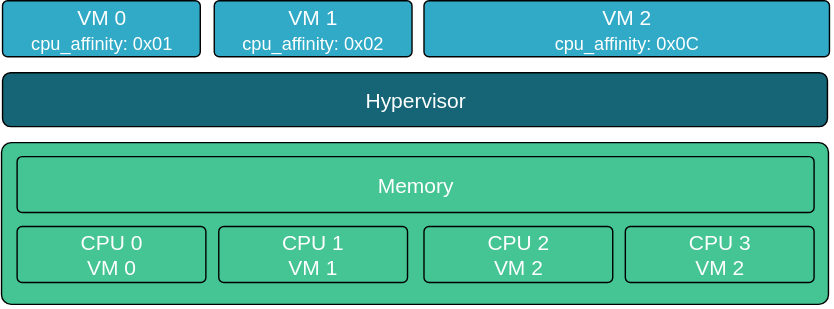
Above: source/bao_hyp/img/cpu-affinity.svg in bao-project/bao-docs (draw.io), before the change. Source tidied: cells renumbered, new cells last; positions are measured from the earlier drawing's top-left corner, leaving out a move shared by most shapes.
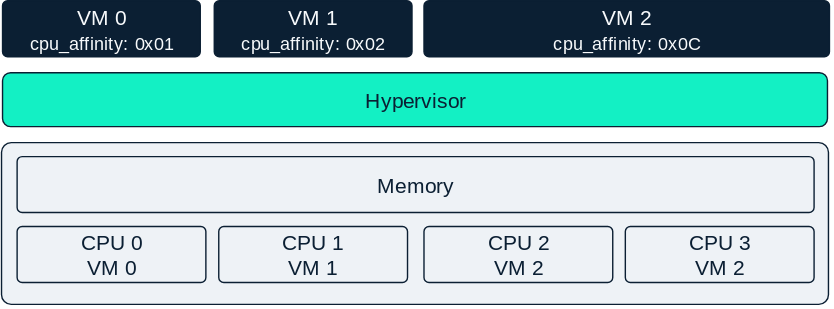
After the change.

Commit message:
style(figures): recolor the hypervisor figures to the new identity

Diff of the diagram source:
```diff
@@ -2,34 +2,34 @@
   <root>
     <mxCell id="0" />
     <mxCell id="1" parent="0" />
-    <mxCell id="2" value="&lt;font color=&quot;#ffffff&quot;&gt;VM 1&lt;br style=&quot;font-size: 15px;&quot;&gt;&lt;font style=&quot;font-size: 13px;&quot;&gt;cpu_affinity: 0x02&lt;/font&gt;&lt;br style=&quot;font-size: 15px;&quot;&gt;&lt;/font&gt;" style="rounded=1;whiteSpace=wrap;html=1;fillColor=#30aac6;arcSize=9;fontSize=15;" parent="1" vertex="1">
+    <mxCell id="2" value="&lt;font color=&quot;#F8FAFC&quot;&gt;VM 1&lt;br style=&quot;font-size: 15px;&quot;&gt;&lt;font style=&quot;font-size: 13px;&quot;&gt;cpu_affinity: 0x02&lt;/font&gt;&lt;br style=&quot;font-size: 15px;&quot;&gt;&lt;/font&gt;" style="rounded=1;whiteSpace=wrap;html=1;fillColor=#0B1F33;arcSize=9;fontSize=15;" parent="1" vertex="1">
       <mxGeometry x="152" y="-0.4" width="141.4" height="40" as="geometry" />
     </mxCell>
-    <mxCell id="3" value="&lt;font color=&quot;#ffffff&quot; style=&quot;font-size: 15px;&quot;&gt;Hypervisor&lt;/font&gt;" style="rounded=1;whiteSpace=wrap;html=1;fillColor=#156577;fontSize=15;" parent="1" vertex="1">
+    <mxCell id="3" value="&lt;font color=&quot;#0B1F33&quot; style=&quot;font-size: 15px;&quot;&gt;Hypervisor&lt;/font&gt;" style="rounded=1;whiteSpace=wrap;html=1;fillColor=#13F0C4;fontSize=15;" parent="1" vertex="1">
       <mxGeometry x="0.6" y="51" width="590" height="38.6" as="geometry" />
     </mxCell>
-    <mxCell id="4" style="rounded=1;whiteSpace=wrap;html=1;fillColor=#45c494;arcSize=6;fontSize=15;" parent="1" vertex="1">
+    <mxCell id="4" style="rounded=1;whiteSpace=wrap;html=1;fillColor=#EEF2F6;arcSize=6;fontSize=15;" parent="1" vertex="1">
       <mxGeometry x="-0.2" y="101" width="591.4" height="115.7" as="geometry" />
     </mxCell>
-    <mxCell id="5" value="&lt;font color=&quot;#ffffff&quot;&gt;VM 0&lt;br style=&quot;font-size: 15px;&quot;&gt;&lt;font style=&quot;font-size: 13px;&quot;&gt;cpu_affinity: 0x01&lt;/font&gt;&lt;br style=&quot;font-size: 15px;&quot;&gt;&lt;/font&gt;" style="rounded=1;whiteSpace=wrap;html=1;fillColor=#30aac6;arcSize=9;fontSize=15;" parent="1" vertex="1">
+    <mxCell id="5" value="&lt;font color=&quot;#F8FAFC&quot;&gt;VM 0&lt;br style=&quot;font-size: 15px;&quot;&gt;&lt;font style=&quot;font-size: 13px;&quot;&gt;cpu_affinity: 0x01&lt;/font&gt;&lt;br style=&quot;font-size: 15px;&quot;&gt;&lt;/font&gt;" style="rounded=1;whiteSpace=wrap;html=1;fillColor=#0B1F33;arcSize=9;fontSize=15;" parent="1" vertex="1">
       <mxGeometry x="0.6" y="-0.4" width="141.4" height="40" as="geometry" />
     </mxCell>
-    <mxCell id="6" value="&lt;font color=&quot;#ffffff&quot;&gt;VM 2&lt;br style=&quot;font-size: 15px;&quot;&gt;&lt;font style=&quot;font-size: 13px;&quot;&gt;cpu_affinity: 0x0C&lt;/font&gt;&lt;br style=&quot;font-size: 15px;&quot;&gt;&lt;/font&gt;" style="rounded=1;whiteSpace=wrap;html=1;fillColor=#30aac6;arcSize=9;fontSize=15;" parent="1" vertex="1">
+    <mxCell id="6" value="&lt;font color=&quot;#F8FAFC&quot;&gt;VM 2&lt;br style=&quot;font-size: 15px;&quot;&gt;&lt;font style=&quot;font-size: 13px;&quot;&gt;cpu_affinity: 0x0C&lt;/font&gt;&lt;br style=&quot;font-size: 15px;&quot;&gt;&lt;/font&gt;" style="rounded=1;whiteSpace=wrap;html=1;fillColor=#0B1F33;arcSize=9;fontSize=15;" parent="1" vertex="1">
       <mxGeometry x="302" y="-0.4" width="290" height="40" as="geometry" />
     </mxCell>
-    <mxCell id="7" value="&lt;font color=&quot;#ffffff&quot; style=&quot;font-size: 15px;&quot;&gt;Memory&lt;br style=&quot;font-size: 15px;&quot;&gt;&lt;/font&gt;" style="rounded=1;whiteSpace=wrap;html=1;fillColor=none;arcSize=9;fillStyle=cross-hatch;fontSize=15;" parent="1" vertex="1">
+    <mxCell id="7" value="&lt;font color=&quot;#0B1F33&quot; style=&quot;font-size: 15px;&quot;&gt;Memory&lt;br style=&quot;font-size: 15px;&quot;&gt;&lt;/font&gt;" style="rounded=1;whiteSpace=wrap;html=1;fillColor=none;arcSize=9;fillStyle=cross-hatch;fontSize=15;" parent="1" vertex="1">
       <mxGeometry x="11" y="111" width="570" height="40" as="geometry" />
     </mxCell>
-    <mxCell id="8" value="&lt;font color=&quot;#ffffff&quot; style=&quot;font-size: 15px;&quot;&gt;CPU 0&lt;br style=&quot;font-size: 15px;&quot;&gt;VM 0&lt;br style=&quot;font-size: 15px;&quot;&gt;&lt;/font&gt;" style="rounded=1;whiteSpace=wrap;html=1;fillColor=none;arcSize=9;fillStyle=cross-hatch;fontSize=15;" parent="1" vertex="1">
+    <mxCell id="8" value="&lt;font color=&quot;#0B1F33&quot; style=&quot;font-size: 15px;&quot;&gt;CPU 0&lt;br style=&quot;font-size: 15px;&quot;&gt;VM 0&lt;br style=&quot;font-size: 15px;&quot;&gt;&lt;/font&gt;" style="rounded=1;whiteSpace=wrap;html=1;fillColor=none;arcSize=9;fillStyle=cross-hatch;fontSize=15;" parent="1" vertex="1">
       <mxGeometry x="11" y="161" width="135" height="40" as="geometry" />
     </mxCell>
-    <mxCell id="9" value="&lt;font color=&quot;#ffffff&quot; style=&quot;font-size: 15px;&quot;&gt;CPU 1&lt;br style=&quot;font-size: 15px;&quot;&gt;VM 1&lt;br style=&quot;font-size: 15px;&quot;&gt;&lt;/font&gt;" style="rounded=1;whiteSpace=wrap;html=1;fillColor=none;arcSize=9;fillStyle=cross-hatch;fontSize=15;" parent="1" vertex="1">
+    <mxCell id="9" value="&lt;font color=&quot;#0B1F33&quot; style=&quot;font-size: 15px;&quot;&gt;CPU 1&lt;br style=&quot;font-size: 15px;&quot;&gt;VM 1&lt;br style=&quot;font-size: 15px;&quot;&gt;&lt;/font&gt;" style="rounded=1;whiteSpace=wrap;html=1;fillColor=none;arcSize=9;fillStyle=cross-hatch;fontSize=15;" parent="1" vertex="1">
       <mxGeometry x="155.2" y="161" width="135" height="40" as="geometry" />
     </mxCell>
-    <mxCell id="10" value="&lt;font color=&quot;#ffffff&quot; style=&quot;font-size: 15px;&quot;&gt;CPU 2&lt;br style=&quot;font-size: 15px;&quot;&gt;VM 2&lt;br style=&quot;font-size: 15px;&quot;&gt;&lt;/font&gt;" style="rounded=1;whiteSpace=wrap;html=1;fillColor=none;arcSize=9;fillStyle=cross-hatch;fontSize=15;" parent="1" vertex="1">
+    <mxCell id="10" value="&lt;font color=&quot;#0B1F33&quot; style=&quot;font-size: 15px;&quot;&gt;CPU 2&lt;br style=&quot;font-size: 15px;&quot;&gt;VM 2&lt;br style=&quot;font-size: 15px;&quot;&gt;&lt;/font&gt;" style="rounded=1;whiteSpace=wrap;html=1;fillColor=none;arcSize=9;fillStyle=cross-hatch;fontSize=15;" parent="1" vertex="1">
       <mxGeometry x="302" y="161" width="135" height="40" as="geometry" />
     </mxCell>
-    <mxCell id="11" value="&lt;font color=&quot;#ffffff&quot; style=&quot;font-size: 15px;&quot;&gt;CPU 3&lt;br style=&quot;font-size: 15px;&quot;&gt;VM 2&lt;br style=&quot;font-size: 15px;&quot;&gt;&lt;/font&gt;" style="rounded=1;whiteSpace=wrap;html=1;fillColor=none;arcSize=9;fillStyle=cross-hatch;fontSize=15;" parent="1" vertex="1">
+    <mxCell id="11" value="&lt;font color=&quot;#0B1F33&quot; style=&quot;font-size: 15px;&quot;&gt;CPU 3&lt;br style=&quot;font-size: 15px;&quot;&gt;VM 2&lt;br style=&quot;font-size: 15px;&quot;&gt;&lt;/font&gt;" style="rounded=1;whiteSpace=wrap;html=1;fillColor=none;arcSize=9;fillStyle=cross-hatch;fontSize=15;" parent="1" vertex="1">
       <mxGeometry x="446" y="161" width="135" height="40" as="geometry" />
     </mxCell>
   </root>
```
